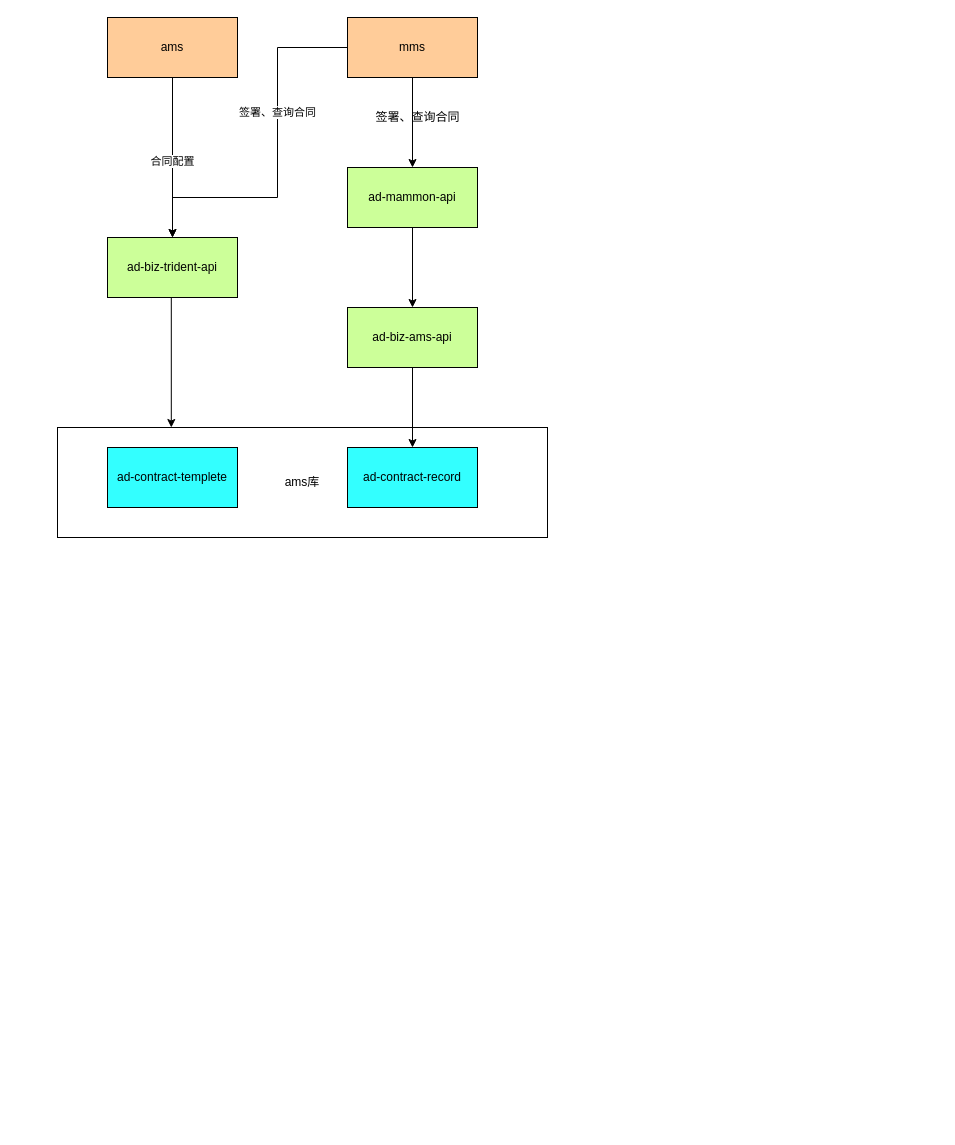
Above: diagram/ams合同现状.drawio in flyfeifeiba/pdd-diagram (draw.io), before the change. Source tidied: cells renumbered, new cells numbered last; positions are measured from the earlier drawing's top-left corner, leaving out a move shared by most shapes. Both pictures are drawn from the tidied source at 100%, with x=0, y=0 at pixel (57, 17).
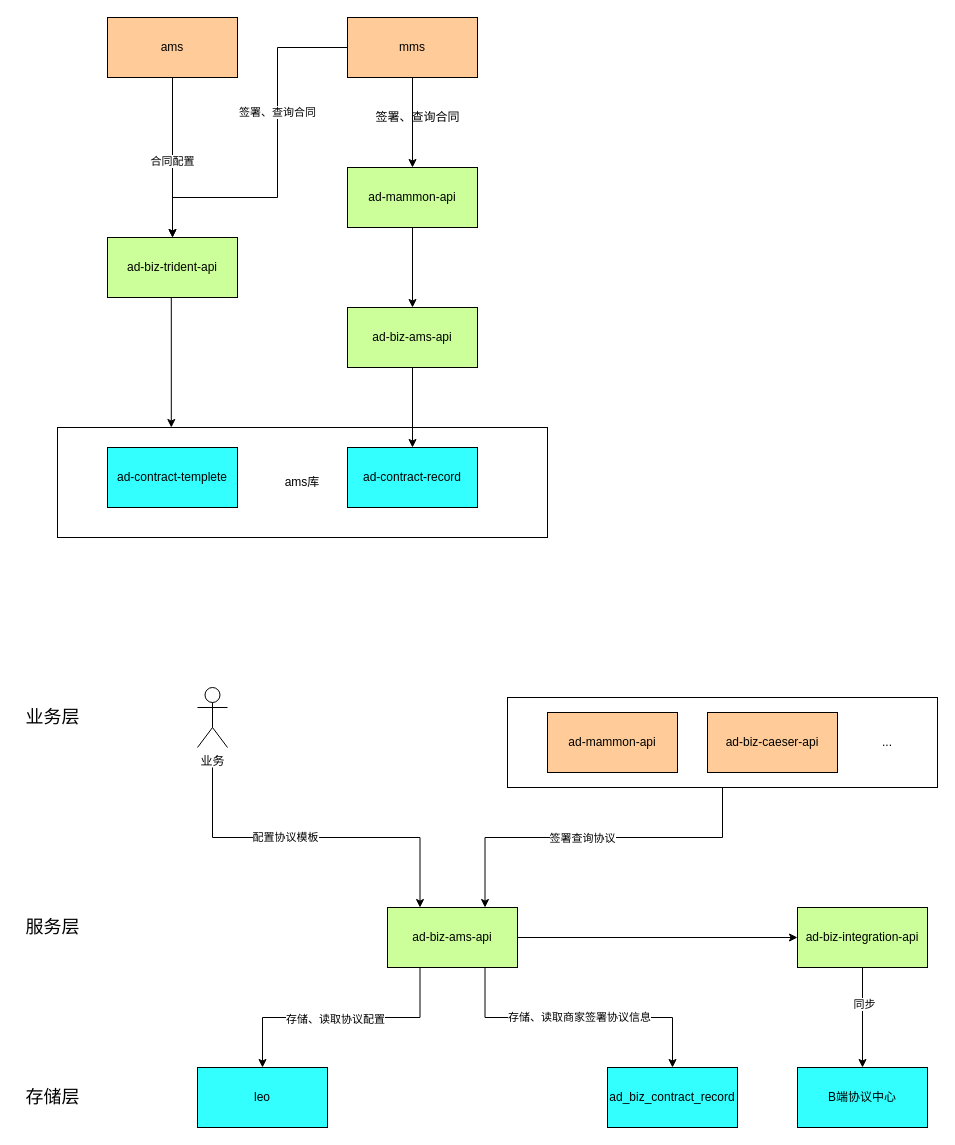
After the change.

What changed in the source:
```diff
@@
+    <mxCell id="18" value="leo" style="rounded=0;whiteSpace=wrap;html=1;fillColor=#33FFFF;" parent="1" vertex="1">
+      <mxGeometry x="140" y="1050" width="130" height="60" as="geometry" />
+    </mxCell>
+    <mxCell id="19" value="ad_biz_contract_record" style="rounded=0;whiteSpace=wrap;html=1;fillColor=#33FFFF;" parent="1" vertex="1">
+      <mxGeometry x="550" y="1050" width="130" height="60" as="geometry" />
+    </mxCell>
+    <mxCell id="20" value="&lt;font style=&quot;font-size: 18px&quot;&gt;存储层&lt;/font&gt;" style="text;html=1;align=center;verticalAlign=middle;strokeColor=none;" parent="1" vertex="1">
+      <mxGeometry x="-40" y="1070" width="70" height="20" as="geometry" />
+    </mxCell>
+    <mxCell id="21" style="edgeStyle=orthogonalEdgeStyle;rounded=0;jettySize=auto;html=1;exitX=0.25;exitY=1;exitDx=0;exitDy=0;entryX=0.5;entryY=0;entryDx=0;entryDy=0;" parent="1" edge="1" source="25" target="18">
+      <mxGeometry relative="1" as="geometry" />
+    </mxCell>
+    <mxCell id="22" value="存储、读取协议配置" style="edgeLabel;html=1;align=center;verticalAlign=middle;" parent="21" vertex="1">
+      <mxGeometry x="0.05" y="1" relative="1" as="geometry" />
+    </mxCell>
+    <mxCell id="23" style="edgeStyle=orthogonalEdgeStyle;rounded=0;jettySize=auto;html=1;" parent="1" edge="1" source="25" target="39">
+      <mxGeometry relative="1" as="geometry" />
+    </mxCell>
+    <mxCell id="24" value="存储、读取商家签署协议信息" style="edgeStyle=orthogonalEdgeStyle;rounded=0;jettySize=auto;html=1;exitX=0.75;exitY=1;exitDx=0;exitDy=0;" parent="1" edge="1" source="25" target="19">
+      <mxGeometry relative="1" as="geometry" />
+    </mxCell>
+    <mxCell id="25" value="ad-biz-ams-api" style="rounded=0;whiteSpace=wrap;html=1;fillColor=#CCFF99;" parent="1" vertex="1">
+      <mxGeometry x="330" y="890" width="130" height="60" as="geometry" />
+    </mxCell>
+    <mxCell id="26" value="&lt;font style=&quot;font-size: 18px&quot;&gt;服务层&lt;/font&gt;" style="text;html=1;align=center;verticalAlign=middle;strokeColor=none;" parent="1" vertex="1">
+      <mxGeometry x="-40" y="900" width="70" height="20" as="geometry" />
+    </mxCell>
+    <mxCell id="27" value="&lt;font style=&quot;font-size: 18px&quot;&gt;业务层&lt;/font&gt;" style="text;html=1;align=center;verticalAlign=middle;strokeColor=none;" parent="1" vertex="1">
+      <mxGeometry x="-40" y="690" width="70" height="20" as="geometry" />
+    </mxCell>
+    <mxCell id="28" style="edgeStyle=orthogonalEdgeStyle;rounded=0;jettySize=auto;html=1;entryX=0.25;entryY=0;entryDx=0;entryDy=0;" parent="1" edge="1" target="25">
+      <mxGeometry relative="1" as="geometry">
+        <mxPoint x="155" y="750" as="sourcePoint" />
+        <Array as="points">
+          <mxPoint x="155" y="820" />
+          <mxPoint x="363" y="820" />
+        </Array>
+      </mxGeometry>
+    </mxCell>
+    <mxCell id="29" value="配置协议模板" style="edgeLabel;html=1;align=center;verticalAlign=middle;" parent="28" vertex="1">
+      <mxGeometry x="-0.18" y="1" relative="1" as="geometry" />
+    </mxCell>
+    <mxCell id="30" value="业务" style="shape=umlActor;verticalLabelPosition=bottom;verticalAlign=top;html=1;" parent="1" vertex="1">
+      <mxGeometry x="140" y="670" width="30" height="60" as="geometry" />
+    </mxCell>
+    <mxCell id="31" style="edgeStyle=orthogonalEdgeStyle;rounded=0;jettySize=auto;html=1;exitX=0.5;exitY=1;exitDx=0;exitDy=0;entryX=0.75;entryY=0;entryDx=0;entryDy=0;" parent="1" edge="1" source="33" target="25">
+      <mxGeometry relative="1" as="geometry">
+        <Array as="points">
+          <mxPoint x="665" y="820" />
+          <mxPoint x="428" y="820" />
+        </Array>
+      </mxGeometry>
+    </mxCell>
+    <mxCell id="32" value="签署查询协议" style="edgeLabel;html=1;align=center;verticalAlign=middle;" parent="31" vertex="1">
+      <mxGeometry x="0.07" y="3" relative="1" as="geometry">
+        <mxPoint y="-3" as="offset" />
+      </mxGeometry>
+    </mxCell>
+    <mxCell id="33" style="rounded=0;whiteSpace=wrap;html=1;" parent="1" vertex="1">
+      <mxGeometry x="450" y="680" width="430" height="90" as="geometry" />
+    </mxCell>
+    <mxCell id="34" value="ad-mammon-api" style="rounded=0;whiteSpace=wrap;html=1;fillColor=#FFCC99;" parent="1" vertex="1">
+      <mxGeometry x="490" y="695" width="130" height="60" as="geometry" />
+    </mxCell>
+    <mxCell id="35" value="ad-biz-caeser-api" style="rounded=0;whiteSpace=wrap;html=1;fillColor=#FFCC99;" parent="1" vertex="1">
+      <mxGeometry x="650" y="695" width="130" height="60" as="geometry" />
+    </mxCell>
+    <mxCell id="36" value="..." style="text;html=1;strokeColor=none;fillColor=none;align=center;verticalAlign=middle;whiteSpace=wrap;rounded=0;" parent="1" vertex="1">
+      <mxGeometry x="810" y="715" width="40" height="20" as="geometry" />
+    </mxCell>
+    <mxCell id="37" style="edgeStyle=orthogonalEdgeStyle;rounded=0;jettySize=auto;html=1;exitX=0.5;exitY=1;exitDx=0;exitDy=0;entryX=0.5;entryY=0;entryDx=0;entryDy=0;" parent="1" edge="1" source="39" target="40">
+      <mxGeometry relative="1" as="geometry" />
+    </mxCell>
+    <mxCell id="38" value="同步" style="edgeLabel;html=1;align=center;verticalAlign=middle;" parent="37" vertex="1">
+      <mxGeometry x="-0.28" y="1" relative="1" as="geometry" />
+    </mxCell>
+    <mxCell id="39" value="ad-biz-integration-api" style="rounded=0;whiteSpace=wrap;html=1;fillColor=#CCFF99;" parent="1" vertex="1">
+      <mxGeometry x="740" y="890" width="130" height="60" as="geometry" />
+    </mxCell>
+    <mxCell id="40" value="B端协议中心" style="rounded=0;whiteSpace=wrap;html=1;fillColor=#33FFFF;" parent="1" vertex="1">
+      <mxGeometry x="740" y="1050" width="130" height="60" as="geometry" />
+    </mxCell>
```
